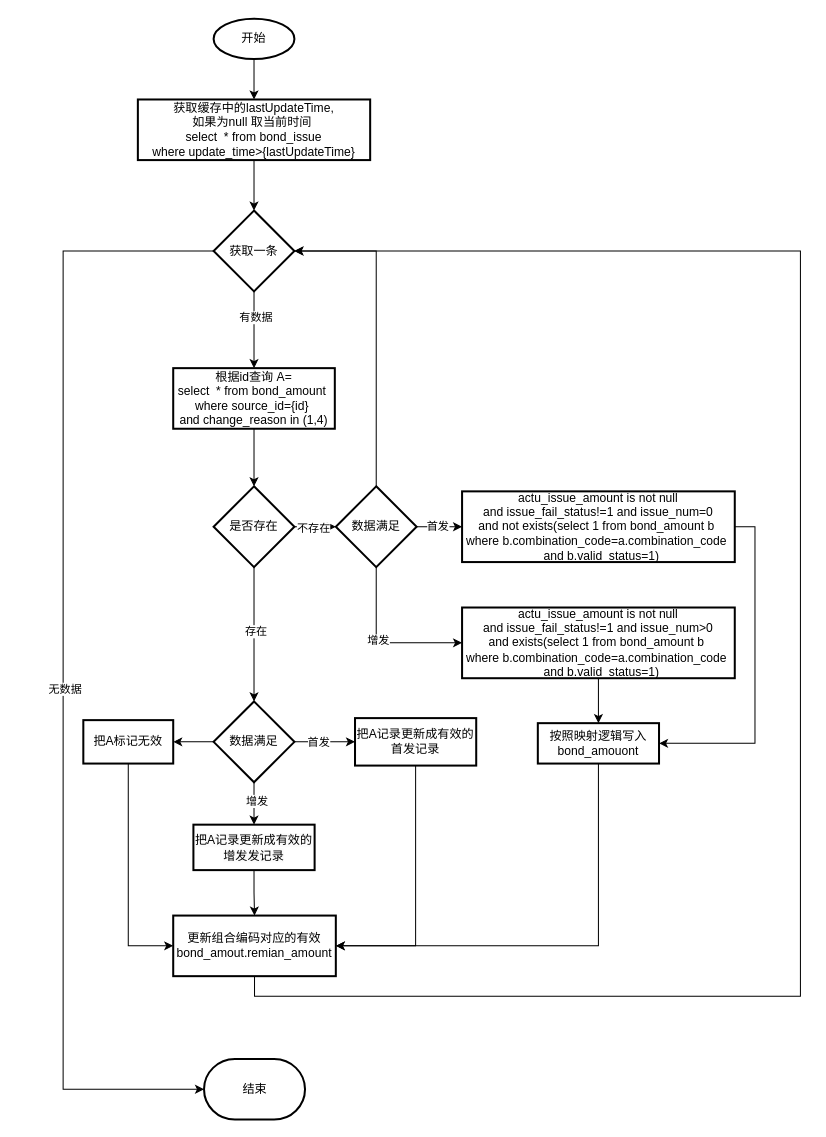
Before: bondAmount首发流程.drawio in xbluckly/test, a draw.io diagram. Source tidied: cells renumbered, new cells numbered last; positions are measured from the earlier drawing's top-left corner, leaving out a move shared by most shapes. Both pictures are drawn from the tidied source at 101%, with x=0, y=0 at pixel (63, 18).
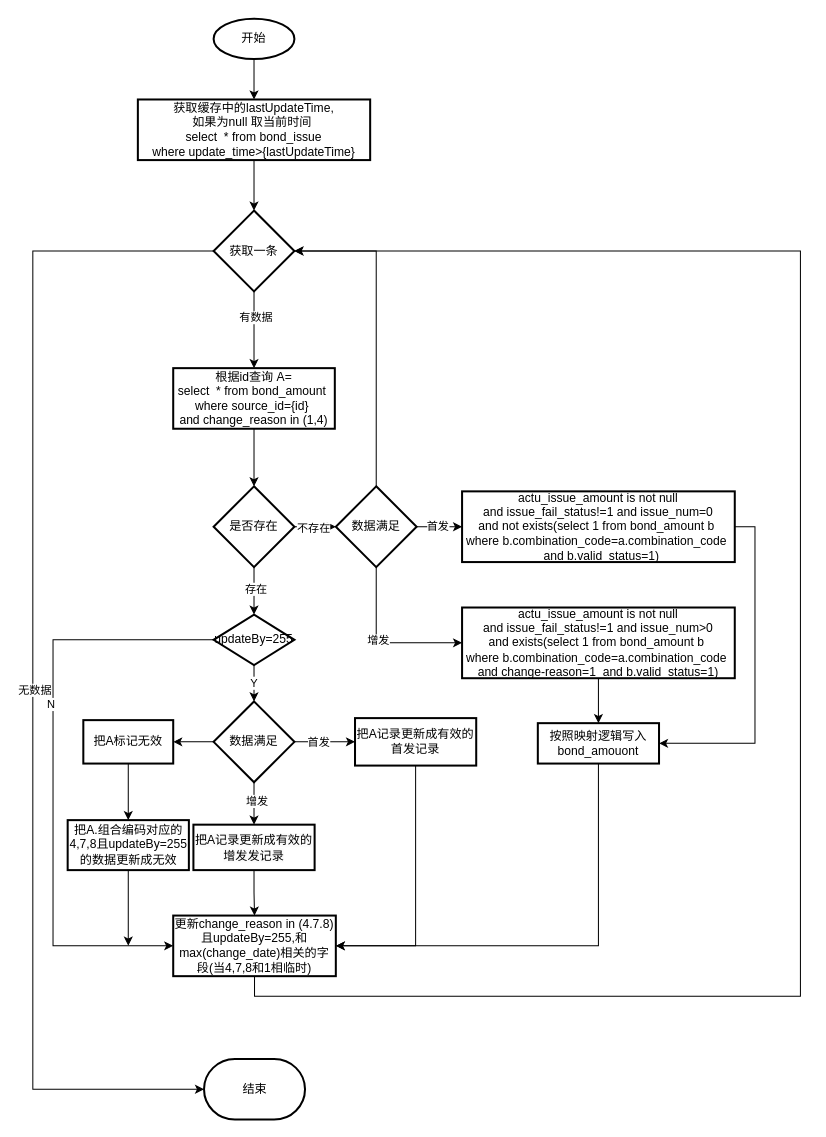
The same diagram, later.

Commit message:
更新bondAmount首发流程.drawio

The change refers to these unchanged cells:
```xml
<mxCell id="12" value="是否存在" style="rhombus;whiteSpace=wrap;html=1;strokeWidth=2;" parent="1" vertex="1">
  <mxGeometry x="149" y="463" width="80" height="80" as="geometry" />
</mxCell>
<mxCell id="18" value="数据满足" style="rhombus;whiteSpace=wrap;html=1;strokeWidth=2;" parent="1" vertex="1">
  <mxGeometry x="149" y="676" width="80" height="80" as="geometry" />
</mxCell>
<mxCell id="36" value="把A标记无效" style="whiteSpace=wrap;html=1;strokeWidth=2;" parent="1" vertex="1">
  <mxGeometry x="20" y="694.5" width="89" height="43" as="geometry" />
</mxCell>
<mxCell id="41" value="获取一条" style="rhombus;whiteSpace=wrap;html=1;strokeWidth=2;" parent="1" vertex="1">
  <mxGeometry x="149" y="190" width="80" height="80" as="geometry" />
</mxCell>
<mxCell id="44" value="结束" style="strokeWidth=2;html=1;shape=mxgraph.flowchart.terminator;whiteSpace=wrap;" parent="1" vertex="1">
  <mxGeometry x="139.5" y="1030" width="100" height="60" as="geometry" />
</mxCell>
```

Change to the diagram source:
```diff
@@
-    <mxCell id="8" style="edgeStyle=orthogonalEdgeStyle;rounded=0;jettySize=auto;html=1;" parent="1" edge="1" source="12" target="18">
-      <mxGeometry relative="1" as="geometry" />
-    </mxCell>
-    <mxCell id="9" value="存在" style="edgeLabel;html=1;align=center;verticalAlign=middle;" parent="8" vertex="1">
-      <mxGeometry x="-0.05" y="1" relative="1" as="geometry" />
-    </mxCell>
@@
+    <mxCell id="45" style="edgeStyle=orthogonalEdgeStyle;rounded=0;jettySize=auto;html=1;" parent="1" edge="1" source="12" target="50">
+      <mxGeometry relative="1" as="geometry" />
+    </mxCell>
+    <mxCell id="9" value="存在" style="edgeLabel;html=1;align=center;verticalAlign=middle;" parent="45" vertex="1">
+      <mxGeometry x="-0.1" y="1" relative="1" as="geometry" />
+    </mxCell>
@@
-    <mxCell id="26" value="&lt;div&gt;actu_issue_amount is not null&lt;/div&gt;&lt;div&gt;and issue_fail_status!=1 and issue_num&amp;gt;0&lt;/div&gt;&lt;div&gt;and exists(select 1 from bond_amount b&amp;nbsp;&lt;/div&gt;&lt;div&gt;where b.combination_code=a.combination_code&amp;nbsp;&lt;/div&gt;&lt;div&gt;&amp;nbsp; and b.valid_status=1)&lt;/div&gt;" style="whiteSpace=wrap;html=1;strokeWidth=2;" parent="1" vertex="1">
+    <mxCell id="26" value="&lt;div&gt;actu_issue_amount is not null&lt;/div&gt;&lt;div&gt;and issue_fail_status!=1 and issue_num&amp;gt;0&lt;/div&gt;&lt;div&gt;and exists(select 1 from bond_amount b&amp;nbsp;&lt;/div&gt;&lt;div&gt;where b.combination_code=a.combination_code&amp;nbsp;&lt;/div&gt;&lt;div&gt;and change-reason=1&amp;nbsp; and b.valid_status=1)&lt;/div&gt;" style="whiteSpace=wrap;html=1;strokeWidth=2;" parent="1" vertex="1">
       <mxGeometry x="395" y="583" width="270" height="70" as="geometry" />
     </mxCell>
@@
-    <mxCell id="35" style="edgeStyle=orthogonalEdgeStyle;rounded=0;jettySize=auto;html=1;entryX=0;entryY=0.5;entryDx=0;entryDy=0;" parent="1" edge="1" source="36" target="43">
-      <mxGeometry relative="1" as="geometry" />
-    </mxCell>
+    <mxCell id="46" style="edgeStyle=orthogonalEdgeStyle;rounded=0;jettySize=auto;html=1;" parent="1" edge="1" source="36" target="52">
+      <mxGeometry relative="1" as="geometry" />
+    </mxCell>
@@
     <mxCell id="39" style="edgeStyle=orthogonalEdgeStyle;rounded=0;jettySize=auto;html=1;entryX=0;entryY=0.5;entryDx=0;entryDy=0;entryPerimeter=0;" parent="1" edge="1" source="41" target="44">
       <mxGeometry relative="1" as="geometry">
         <Array as="points">
-          <mxPoint y="230" />
-          <mxPoint y="1060" />
+          <mxPoint x="-30" y="230" />
+          <mxPoint x="-30" y="1060" />
         </Array>
       </mxGeometry>
     </mxCell>
@@
-    <mxCell id="43" value="更新组合编码对应的有效bond_amout.remian_amount" style="whiteSpace=wrap;html=1;strokeWidth=2;" parent="1" vertex="1">
+    <mxCell id="43" value="更新change_reason in (4.7.8)且updateBy=255,和max(change_date)相关的字段(当4,7,8和1相临时)" style="whiteSpace=wrap;html=1;strokeWidth=2;" parent="1" vertex="1">
       <mxGeometry x="109" y="888" width="161" height="60" as="geometry" />
     </mxCell>
@@
+    <mxCell id="47" value="Y" style="edgeStyle=orthogonalEdgeStyle;rounded=0;jettySize=auto;html=1;" parent="1" edge="1" source="50" target="18">
+      <mxGeometry relative="1" as="geometry" />
+    </mxCell>
+    <mxCell id="48" style="edgeStyle=orthogonalEdgeStyle;rounded=0;jettySize=auto;html=1;entryX=0;entryY=0.5;entryDx=0;entryDy=0;exitX=0;exitY=0.5;exitDx=0;exitDy=0;" parent="1" edge="1" source="50" target="43">
+      <mxGeometry relative="1" as="geometry">
+        <Array as="points">
+          <mxPoint x="-10" y="615" />
+          <mxPoint x="-10" y="918" />
+        </Array>
+      </mxGeometry>
+    </mxCell>
+    <mxCell id="49" value="N" style="edgeLabel;html=1;align=center;verticalAlign=middle;" parent="48" vertex="1">
+      <mxGeometry x="-0.24" y="-3" relative="1" as="geometry">
+        <mxPoint y="1" as="offset" />
+      </mxGeometry>
+    </mxCell>
+    <mxCell id="50" value="updateBy=255" style="rhombus;whiteSpace=wrap;html=1;strokeWidth=2;" parent="1" vertex="1">
+      <mxGeometry x="149" y="590" width="80" height="50" as="geometry" />
+    </mxCell>
+    <mxCell id="51" style="edgeStyle=orthogonalEdgeStyle;rounded=0;jettySize=auto;html=1;" parent="1" edge="1" source="52">
+      <mxGeometry relative="1" as="geometry">
+        <mxPoint x="64.5" y="917.8" as="targetPoint" />
+      </mxGeometry>
+    </mxCell>
+    <mxCell id="52" value="把A.组合编码对应的4,7,8且updateBy=255的数据更新成无效" style="whiteSpace=wrap;html=1;strokeWidth=2;" parent="1" vertex="1">
+      <mxGeometry x="4.5" y="793.5" width="120" height="49.5" as="geometry" />
+    </mxCell>
```
